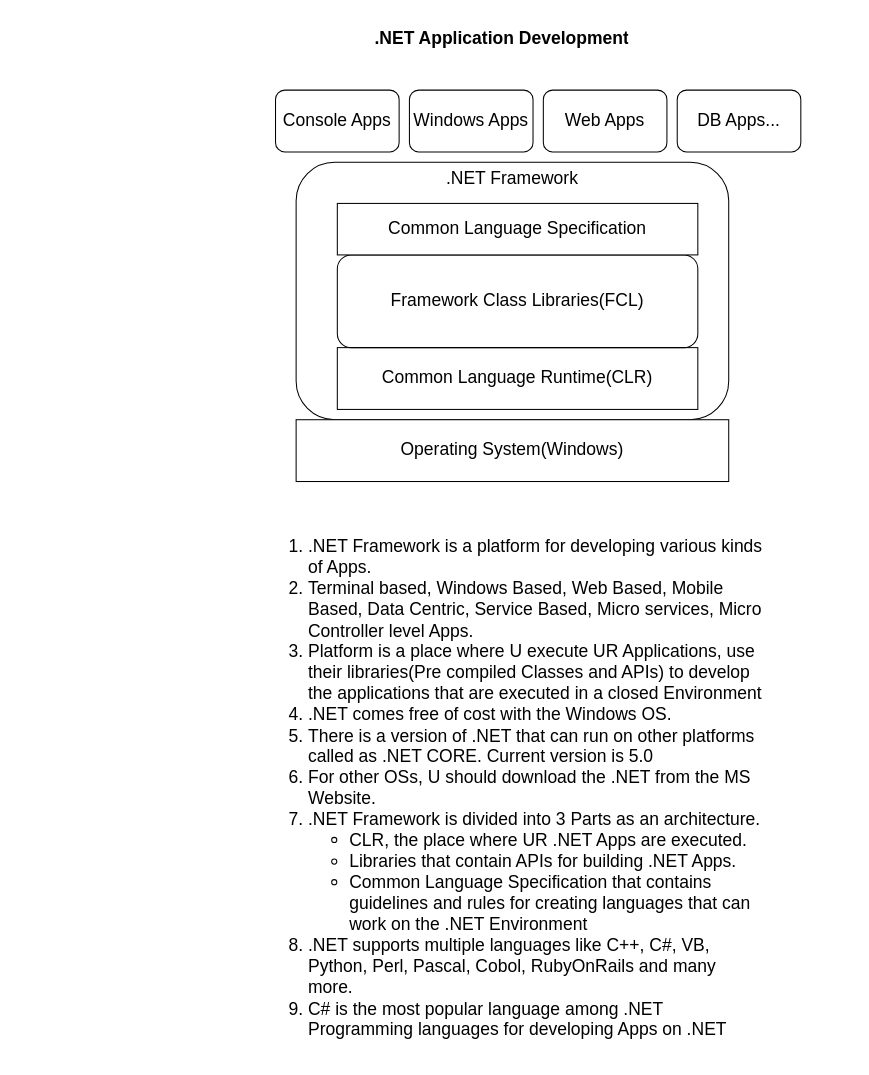
Earlier version of the draw.io diagram page ".NET Architecture" (1 of 3) of Dotnet Programming/Dotnet-Diagrams.drawio (phani-training/Starmark-Training). Source tidied: cells renumbered, new cells numbered last; positions are measured from the earlier drawing's top-left corner, leaving out a move shared by most shapes. Both pictures are drawn from the tidied source at 103%, with x=0, y=0 at pixel (234, 28).
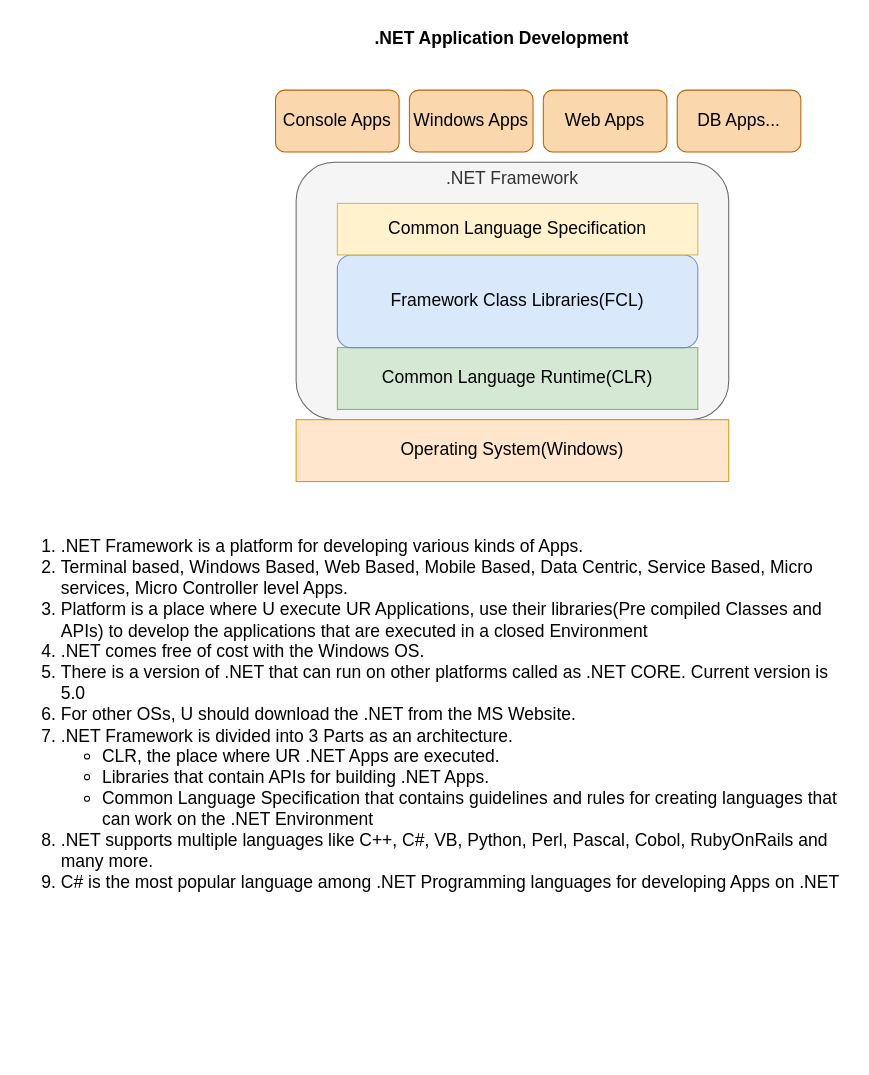
Above is the later version.

Diff of the diagram source:
```diff
@@
-<mxGraphModel>
+<mxGraphModel background="#ffffff">
   <root>
     <mxCell id="0" />
     <mxCell id="1" parent="0" />
-    <mxCell id="2" value=".NET Framework" style="rounded=1;whiteSpace=wrap;html=1;fontSize=17;horizontal=1;verticalAlign=top;" parent="1" vertex="1">
+    <mxCell id="2" value=".NET Framework" style="rounded=1;whiteSpace=wrap;html=1;fontSize=17;horizontal=1;verticalAlign=top;fillColor=#f5f5f5;fontColor=#333333;strokeColor=#666666;" parent="1" vertex="1">
       <mxGeometry x="60" y="130" width="420" height="250" as="geometry" />
     </mxCell>
     <mxCell id="3" value="&lt;h1 style=&quot;font-size: 17px;&quot;&gt;.NET Application Development&lt;/h1&gt;" style="text;html=1;strokeColor=none;fillColor=none;spacing=5;spacingTop=-20;whiteSpace=wrap;overflow=hidden;rounded=0;fontSize=17;align=center;" parent="1" vertex="1">
       <mxGeometry width="520" height="40" as="geometry" />
     </mxCell>
-    <mxCell id="4" value="Operating System(Windows)" style="rounded=0;whiteSpace=wrap;html=1;fontSize=17;" parent="1" vertex="1">
+    <mxCell id="4" value="Operating System(Windows)" style="rounded=0;whiteSpace=wrap;html=1;fontSize=17;fillColor=#ffe6cc;strokeColor=#d79b00;" parent="1" vertex="1">
       <mxGeometry x="60" y="380" width="420" height="60" as="geometry" />
     </mxCell>
-    <mxCell id="5" value="Common Language Runtime(CLR)" style="rounded=0;whiteSpace=wrap;html=1;fontSize=17;" parent="1" vertex="1">
+    <mxCell id="5" value="Common Language Runtime(CLR)" style="rounded=0;whiteSpace=wrap;html=1;fontSize=17;fillColor=#d5e8d4;strokeColor=#82b366;" parent="1" vertex="1">
       <mxGeometry x="100" y="310" width="350" height="60" as="geometry" />
     </mxCell>
-    <mxCell id="6" value="Framework Class Libraries(FCL)" style="rounded=1;whiteSpace=wrap;html=1;fontSize=17;" parent="1" vertex="1">
+    <mxCell id="6" value="Framework Class Libraries(FCL)" style="rounded=1;whiteSpace=wrap;html=1;fontSize=17;fillColor=#dae8fc;strokeColor=#6c8ebf;" parent="1" vertex="1">
       <mxGeometry x="100" y="220" width="350" height="90" as="geometry" />
     </mxCell>
-    <mxCell id="7" value="Common Language Specification" style="rounded=0;whiteSpace=wrap;html=1;fontSize=17;" parent="1" vertex="1">
+    <mxCell id="7" value="Common Language Specification" style="rounded=0;whiteSpace=wrap;html=1;fontSize=17;fillColor=#fff2cc;strokeColor=#d6b656;" parent="1" vertex="1">
       <mxGeometry x="100" y="170" width="350" height="50" as="geometry" />
     </mxCell>
-    <mxCell id="8" value="Console Apps" style="rounded=1;whiteSpace=wrap;html=1;fontSize=17;" parent="1" vertex="1">
+    <mxCell id="8" value="Console Apps" style="rounded=1;whiteSpace=wrap;html=1;fontSize=17;fillColor=#fad7ac;strokeColor=#b46504;" parent="1" vertex="1">
       <mxGeometry x="40" y="60" width="120" height="60" as="geometry" />
     </mxCell>
-    <mxCell id="9" value="Windows Apps" style="rounded=1;whiteSpace=wrap;html=1;fontSize=17;" parent="1" vertex="1">
+    <mxCell id="9" value="Windows Apps" style="rounded=1;whiteSpace=wrap;html=1;fontSize=17;fillColor=#fad7ac;strokeColor=#b46504;" parent="1" vertex="1">
       <mxGeometry x="170" y="60" width="120" height="60" as="geometry" />
     </mxCell>
-    <mxCell id="10" value="Web Apps" style="rounded=1;whiteSpace=wrap;html=1;fontSize=17;" parent="1" vertex="1">
+    <mxCell id="10" value="Web Apps" style="rounded=1;whiteSpace=wrap;html=1;fontSize=17;fillColor=#fad7ac;strokeColor=#b46504;" parent="1" vertex="1">
       <mxGeometry x="300" y="60" width="120" height="60" as="geometry" />
     </mxCell>
-    <mxCell id="11" value="DB Apps..." style="rounded=1;whiteSpace=wrap;html=1;fontSize=17;" parent="1" vertex="1">
+    <mxCell id="11" value="DB Apps..." style="rounded=1;whiteSpace=wrap;html=1;fontSize=17;fillColor=#fad7ac;strokeColor=#b46504;" parent="1" vertex="1">
       <mxGeometry x="430" y="60" width="120" height="60" as="geometry" />
     </mxCell>
     <mxCell id="12" value="&lt;ol&gt;&lt;li&gt;.NET Framework is a platform for developing various kinds of Apps.&lt;/li&gt;&lt;li&gt;Terminal based, Windows Based, Web Based, Mobile Based, Data Centric, Service Based, Micro services, Micro Controller level Apps.&lt;/li&gt;&lt;li&gt;Platform is a place where U execute UR Applications, use their libraries(Pre compiled Classes and APIs) to develop the applications that are executed in a closed Environment&lt;/li&gt;&lt;li&gt;.NET comes free of cost with the Windows OS.&amp;nbsp;&lt;/li&gt;&lt;li&gt;There is a version of .NET that can run on other platforms called as .NET CORE. Current version is 5.0&lt;/li&gt;&lt;li&gt;For other OSs, U should download the .NET from the MS Website.&lt;/li&gt;&lt;li&gt;.NET Framework is divided into 3 Parts as an architecture.&lt;/li&gt;&lt;ul&gt;&lt;li&gt;&lt;span style=&quot;background-color: initial;&quot;&gt;CLR, the place where UR .NET Apps are executed.&amp;nbsp;&lt;/span&gt;&lt;/li&gt;&lt;li&gt;&lt;span style=&quot;background-color: initial;&quot;&gt;Libraries that contain APIs for building .NET Apps.&amp;nbsp;&lt;/span&gt;&lt;/li&gt;&lt;li&gt;&lt;span style=&quot;background-color: initial;&quot;&gt;Common Language Specification that contains guidelines and rules for creating languages that can work on the .NET Environment&lt;/span&gt;&lt;/li&gt;&lt;/ul&gt;&lt;li&gt;.NET supports multiple languages like C++, C#, VB, Python, Perl, Pascal, Cobol, RubyOnRails and many more.&amp;nbsp;&lt;/li&gt;&lt;li&gt;C# is the most popular language among .NET Programming languages for developing Apps on .NET&lt;/li&gt;&lt;/ol&gt;" style="text;html=1;strokeColor=none;fillColor=none;align=left;verticalAlign=top;whiteSpace=wrap;rounded=0;fontSize=17;" parent="1" vertex="1">
-      <mxGeometry x="30" y="470" width="490" height="530" as="geometry" />
+      <mxGeometry x="-210" y="470" width="810" height="390" as="geometry" />
     </mxCell>
   </root>
 </mxGraphModel>
```
